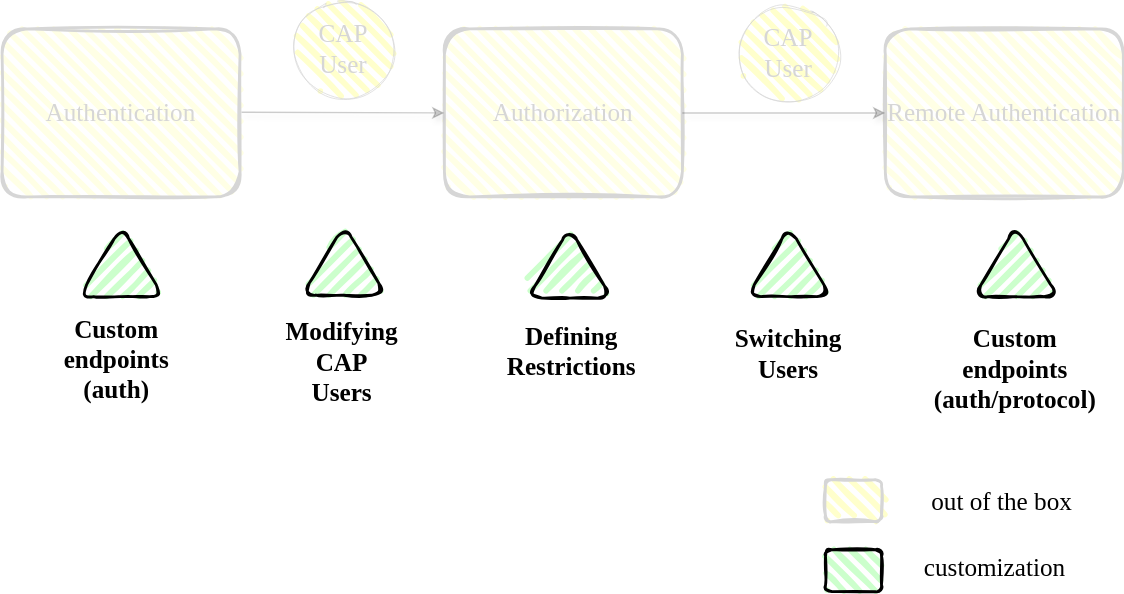
Earlier version of the draw.io export guides/security/assets/security-customizable.drawio.svg (capire/docs). Source tidied: cells renumbered, new cells last; positions are measured from the earlier drawing's top-left corner, leaving out a move shared by most shapes.
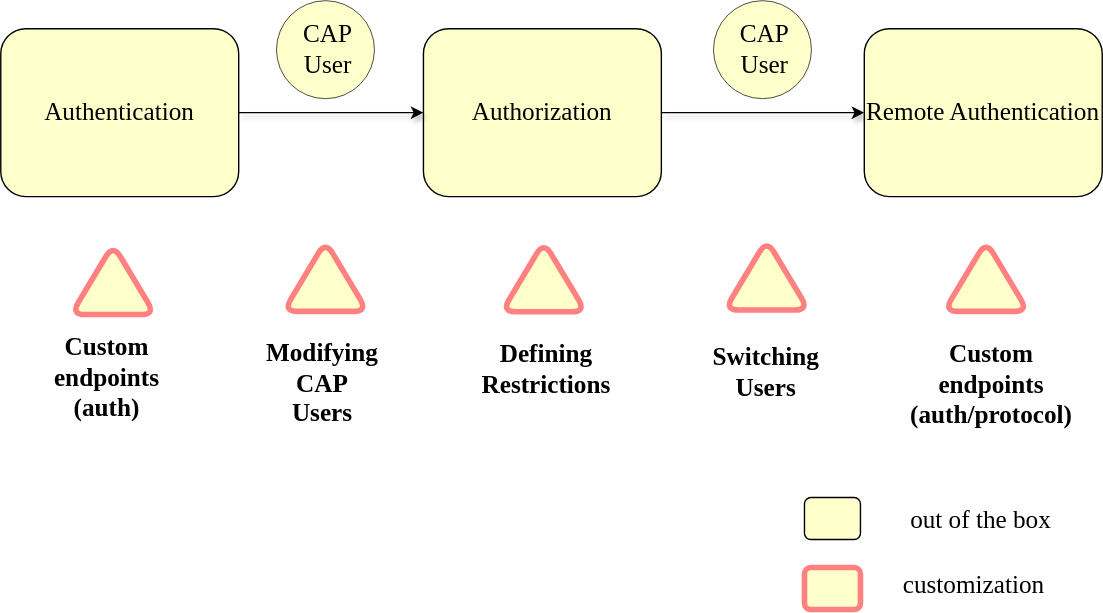
After the commit.

The edit, as a diff of the source:
```diff
@@ -2,48 +2,29 @@
   <root>
     <mxCell id="0" />
     <mxCell id="1" parent="0" />
-    <mxCell id="2" value="&lt;font style=&quot;font-size: 18px;&quot; face=&quot;Comic Sans MS&quot;&gt;CAP User&lt;/font&gt;" style="ellipse;whiteSpace=wrap;html=1;rounded=1;whiteSpace=wrap;html=1;strokeWidth=0.5;fillWeight=4;hachureGap=8;hachureAngle=45;fillColor=#FFFFCC;sketch=1;shadow=0;fontColor=#D6D6D6;strokeColor=#D6D6D6;" parent="1" vertex="1">
-      <mxGeometry x="209.2" width="70" height="70" as="geometry" />
-    </mxCell>
-    <mxCell id="3" value="&lt;font style=&quot;font-size: 18px;&quot; face=&quot;Comic Sans MS&quot;&gt;Authorization&lt;/font&gt;" style="rounded=1;whiteSpace=wrap;html=1;strokeWidth=2;fillWeight=4;hachureGap=8;hachureAngle=45;fillColor=rgba(255,255,204,0.5);sketch=1;strokeColor=#D6D6D6;fontColor=#D6D6D6;" parent="1" vertex="1">
-      <mxGeometry x="316" y="20" width="170" height="120" as="geometry" />
-    </mxCell>
-    <mxCell id="4" style="rounded=1;whiteSpace=wrap;html=1;strokeWidth=2;fillWeight=4;hachureGap=8;hachureAngle=45;fillColor=#CCFFCC;sketch=1;" parent="1" vertex="1">
+    <mxCell id="4" style="rounded=1;whiteSpace=wrap;html=1;strokeWidth=4;fillWeight=4;hachureGap=8;hachureAngle=45;fillColor=#FFFFCC;strokeColor=#FF8080;" parent="1" vertex="1">
       <mxGeometry x="588.2" y="392" width="40" height="30" as="geometry" />
     </mxCell>
-    <mxCell id="5" style="rounded=1;whiteSpace=wrap;html=1;strokeWidth=2;fillWeight=4;hachureGap=8;hachureAngle=45;fillColor=#FFFFCC;sketch=1;strokeColor=#D6D6D6;" parent="1" vertex="1">
+    <mxCell id="5" style="rounded=1;whiteSpace=wrap;html=1;strokeWidth=1;fillWeight=4;hachureGap=8;hachureAngle=45;fillColor=#FFFFCC;" parent="1" vertex="1">
       <mxGeometry x="588.2" y="342" width="40" height="30" as="geometry" />
     </mxCell>
-    <mxCell id="6" value="&lt;font face=&quot;Comic Sans MS&quot;&gt;&lt;span style=&quot;font-size: 18px;&quot;&gt;Remote Authentication&lt;/span&gt;&lt;/font&gt;" style="rounded=1;whiteSpace=wrap;html=1;strokeWidth=2;fillWeight=4;hachureGap=8;hachureAngle=45;fillColor=rgba(255,255,204,0.5);sketch=1;strokeColor=#D6D6D6;fontColor=#D6D6D6;" parent="1" vertex="1">
-      <mxGeometry x="631" y="20" width="170" height="120" as="geometry" />
-    </mxCell>
-    <mxCell id="7" style="edgeStyle=none;jettySize=auto;html=1;shadow=1;entryX=0;entryY=0.5;entryDx=0;entryDy=0;strokeColor=rgba(0,0,0,0.2);" parent="1" edge="1" target="3">
-      <mxGeometry relative="1" as="geometry">
-        <mxPoint x="171" y="79.5" as="sourcePoint" />
-      </mxGeometry>
-    </mxCell>
-    <mxCell id="8" style="edgeStyle=none;jettySize=auto;html=1;shadow=1;exitX=1;exitY=0.5;exitDx=0;exitDy=0;strokeColor=rgba(0,0,0,0.2);" parent="1" edge="1" source="3">
-      <mxGeometry relative="1" as="geometry">
-        <mxPoint x="631" y="80" as="targetPoint" />
-      </mxGeometry>
-    </mxCell>
     <mxCell id="9" value="&lt;font style=&quot;font-size: 18px;&quot; face=&quot;Comic Sans MS&quot;&gt;&lt;b&gt;Custom endpoints (auth/protocol)&lt;/b&gt;&lt;/font&gt;" style="text;html=1;align=center;verticalAlign=middle;whiteSpace=wrap;rounded=0;" parent="1" vertex="1">
-      <mxGeometry x="694.2" y="249" width="60" height="30" as="geometry" />
+      <mxGeometry x="692.2" y="247" width="60" height="30" as="geometry" />
     </mxCell>
     <mxCell id="10" value="&lt;font style=&quot;font-size: 18px;&quot; face=&quot;Comic Sans MS&quot;&gt;&lt;b&gt;Custom endpoints (auth)&lt;/b&gt;&lt;/font&gt;" style="text;html=1;align=center;verticalAlign=middle;whiteSpace=wrap;rounded=0;" parent="1" vertex="1">
-      <mxGeometry x="52.2" y="242" width="60" height="30" as="geometry" />
+      <mxGeometry x="60.2" y="242" width="60" height="30" as="geometry" />
     </mxCell>
     <mxCell id="11" value="&lt;font style=&quot;font-size: 18px;&quot; face=&quot;Comic Sans MS&quot;&gt;&lt;b&gt;Modifying CAP Users&lt;/b&gt;&lt;/font&gt;" style="text;html=1;align=center;verticalAlign=middle;whiteSpace=wrap;rounded=0;" parent="1" vertex="1">
-      <mxGeometry x="213.2" y="244" width="60" height="30" as="geometry" />
+      <mxGeometry x="214.2" y="246" width="60" height="30" as="geometry" />
     </mxCell>
     <mxCell id="12" value="&lt;font style=&quot;font-size: 18px;&quot; face=&quot;Comic Sans MS&quot;&gt;&lt;b&gt;Switching Users&lt;/b&gt;&lt;/font&gt;" style="text;html=1;align=center;verticalAlign=middle;whiteSpace=wrap;rounded=0;" parent="1" vertex="1">
-      <mxGeometry x="532.2" y="238" width="60" height="30" as="geometry" />
+      <mxGeometry x="531.2" y="238" width="60" height="30" as="geometry" />
     </mxCell>
     <mxCell id="13" value="&lt;font style=&quot;font-size: 18px;&quot; face=&quot;Comic Sans MS&quot;&gt;&lt;b&gt;Defining Restrictions&lt;/b&gt;&lt;/font&gt;" style="text;html=1;align=center;verticalAlign=middle;whiteSpace=wrap;rounded=0;" parent="1" vertex="1">
-      <mxGeometry x="376.5" y="236" width="60" height="30" as="geometry" />
+      <mxGeometry x="373.5" y="236" width="60" height="30" as="geometry" />
     </mxCell>
-    <mxCell id="14" style="triangle;whiteSpace=wrap;html=1;rotation=-90;rounded=1;whiteSpace=wrap;html=1;strokeWidth=2;fillWeight=4;hachureGap=8;hachureAngle=45;fillColor=#CCFFCC;sketch=1;" parent="1" vertex="1">
-      <mxGeometry x="60.2" y="156.2" width="50" height="60" as="geometry" />
+    <mxCell id="14" style="triangle;whiteSpace=wrap;html=1;rotation=-90;rounded=1;whiteSpace=wrap;html=1;strokeWidth=4;fillWeight=4;hachureGap=8;hachureAngle=45;fillColor=#FFFFCC;strokeColor=#FF8080;" parent="1" vertex="1">
+      <mxGeometry x="69.2" y="156.2" width="50" height="60" as="geometry" />
     </mxCell>
     <mxCell id="15" value="&lt;font style=&quot;font-size: 18px;&quot; face=&quot;Comic Sans MS&quot;&gt;customization&lt;/font&gt;" style="text;html=1;align=center;verticalAlign=middle;whiteSpace=wrap;rounded=0;" parent="1" vertex="1">
       <mxGeometry x="632" y="390" width="155.2" height="30" as="geometry" />
@@ -51,23 +32,46 @@
     <mxCell id="16" value="&lt;font style=&quot;font-size: 18px;&quot; face=&quot;Comic Sans MS&quot;&gt;out of the box&lt;/font&gt;" style="text;html=1;align=center;verticalAlign=middle;whiteSpace=wrap;rounded=0;" parent="1" vertex="1">
       <mxGeometry x="637.2" y="343" width="155.2" height="30" as="geometry" />
     </mxCell>
-    <mxCell id="17" style="triangle;whiteSpace=wrap;html=1;rotation=-90;rounded=1;whiteSpace=wrap;html=1;strokeWidth=2;fillWeight=4;hachureGap=8;hachureAngle=45;fillColor=#CCFFCC;sketch=1;" parent="1" vertex="1">
-      <mxGeometry x="219.2" y="155.2" width="50" height="60" as="geometry" />
-    </mxCell>
-    <mxCell id="18" style="triangle;whiteSpace=wrap;html=1;rotation=-90;rounded=1;whiteSpace=wrap;html=1;strokeWidth=2;fillWeight=4;hachureGap=8;hachureAngle=45;fillColor=#CCFFCC;sketch=1;" parent="1" vertex="1">
-      <mxGeometry x="380.5" y="157.2" width="50" height="60" as="geometry" />
-    </mxCell>
-    <mxCell id="19" style="triangle;whiteSpace=wrap;html=1;rotation=-90;rounded=1;whiteSpace=wrap;html=1;strokeWidth=2;fillWeight=4;hachureGap=8;hachureAngle=45;fillColor=#CCFFCC;sketch=1;" parent="1" vertex="1">
-      <mxGeometry x="537.2" y="156.2" width="50" height="60" as="geometry" />
-    </mxCell>
-    <mxCell id="20" style="triangle;whiteSpace=wrap;html=1;rotation=-90;rounded=1;whiteSpace=wrap;html=1;strokeWidth=2;fillWeight=4;hachureGap=8;hachureAngle=45;fillColor=#CCFFCC;sketch=1;" parent="1" vertex="1">
-      <mxGeometry x="699.2" y="156.2" width="50" height="60" as="geometry" />
-    </mxCell>
-    <mxCell id="21" value="&lt;font style=&quot;font-size: 18px;&quot; face=&quot;Comic Sans MS&quot;&gt;CAP User&lt;/font&gt;" style="ellipse;whiteSpace=wrap;html=1;rounded=1;whiteSpace=wrap;html=1;strokeWidth=0.5;fillWeight=4;hachureGap=8;hachureAngle=45;fillColor=#FFFFCC;sketch=1;shadow=0;fontColor=#D6D6D6;strokeColor=#D6D6D6;" parent="1" vertex="1">
-      <mxGeometry x="527.2" y="3" width="70" height="70" as="geometry" />
-    </mxCell>
+    <mxCell id="23" style="ellipse;whiteSpace=wrap;html=1;rounded=1;whiteSpace=wrap;html=1;strokeWidth=0.5;fillWeight=4;hachureGap=8;hachureAngle=45;fillColor=#FFFFCC;" parent="1" vertex="1">
+      <mxGeometry x="211" y="-13" width="70" height="70" as="geometry" />
+    </mxCell>
+    <mxCell id="3" value="&lt;font style=&quot;font-size: 18px;&quot; face=&quot;Comic Sans MS&quot;&gt;Authorization&lt;/font&gt;" style="rounded=1;whiteSpace=wrap;html=1;strokeWidth=1;fillWeight=4;hachureGap=8;hachureAngle=45;fillColor=#FFFFCC;" parent="1" vertex="1">
+      <mxGeometry x="316" y="7" width="170" height="120" as="geometry" />
+    </mxCell>
-    <mxCell id="22" value="&lt;font style=&quot;font-size: 18px;&quot; face=&quot;Comic Sans MS&quot;&gt;Authentication&lt;/font&gt;" style="rounded=1;whiteSpace=wrap;html=1;strokeWidth=2;fillWeight=4;hachureGap=8;hachureAngle=45;fillColor=rgba(255,255,204,0.5);sketch=1;strokeColor=#D6D6D6;fontColor=#D6D6D6;" parent="1" vertex="1">
-      <mxGeometry y="20" width="170" height="120" as="geometry" />
+    <mxCell id="22" value="&lt;font style=&quot;font-size: 18px;&quot; face=&quot;Comic Sans MS&quot;&gt;Authentication&lt;/font&gt;" style="rounded=1;whiteSpace=wrap;html=1;strokeWidth=1;fillWeight=4;fillColor=#FFFFCC;" parent="1" vertex="1">
+      <mxGeometry x="14" y="7" width="170" height="120" as="geometry" />
     </mxCell>
+    <mxCell id="6" value="&lt;font face=&quot;Comic Sans MS&quot;&gt;&lt;span style=&quot;font-size: 18px;&quot;&gt;Remote Authentication&lt;/span&gt;&lt;/font&gt;" style="rounded=1;whiteSpace=wrap;html=1;strokeWidth=1;fillWeight=4;hachureGap=8;hachureAngle=45;fillColor=#FFFFCC;" parent="1" vertex="1">
+      <mxGeometry x="631" y="7" width="170" height="120" as="geometry" />
+    </mxCell>
+    <mxCell id="24" style="edgeStyle=none;jettySize=auto;html=1;shadow=1;entryX=0;entryY=0.5;entryDx=0;entryDy=0;exitX=1;exitY=0.5;exitDx=0;exitDy=0;" parent="1" edge="1" source="22" target="3">
+      <mxGeometry relative="1" as="geometry" />
+    </mxCell>
+    <mxCell id="25" style="edgeStyle=none;jettySize=auto;html=1;shadow=1;exitX=1;exitY=0.5;exitDx=0;exitDy=0;" parent="1" edge="1" source="3">
+      <mxGeometry relative="1" as="geometry">
+        <mxPoint x="631" y="67" as="targetPoint" />
+      </mxGeometry>
+    </mxCell>
+    <mxCell id="26" value="&lt;font style=&quot;font-size: 18px;&quot; face=&quot;Comic Sans MS&quot;&gt;CAP User&lt;/font&gt;" style="text;html=1;align=center;verticalAlign=middle;whiteSpace=wrap;rounded=0;" parent="1" vertex="1">
+      <mxGeometry x="218" y="7" width="60" height="30" as="geometry" />
+    </mxCell>
+    <mxCell id="27" style="ellipse;whiteSpace=wrap;html=1;rounded=1;whiteSpace=wrap;html=1;strokeWidth=0.5;fillWeight=4;hachureGap=8;hachureAngle=45;fillColor=#FFFFCC;" parent="1" vertex="1">
+      <mxGeometry x="523.2" y="-13" width="70" height="70" as="geometry" />
+    </mxCell>
+    <mxCell id="28" value="&lt;font style=&quot;font-size: 18px;&quot; face=&quot;Comic Sans MS&quot;&gt;CAP User&lt;/font&gt;" style="text;html=1;align=center;verticalAlign=middle;whiteSpace=wrap;rounded=0;" parent="1" vertex="1">
+      <mxGeometry x="530.2" y="7" width="60" height="30" as="geometry" />
+    </mxCell>
+    <mxCell id="29" style="triangle;whiteSpace=wrap;html=1;rotation=-90;rounded=1;whiteSpace=wrap;html=1;strokeWidth=4;fillWeight=4;hachureGap=8;hachureAngle=45;fillColor=#FFFFCC;strokeColor=#FF8080;" parent="1" vertex="1">
+      <mxGeometry x="221" y="154" width="50" height="60" as="geometry" />
+    </mxCell>
+    <mxCell id="30" style="triangle;whiteSpace=wrap;html=1;rotation=-90;rounded=1;whiteSpace=wrap;html=1;strokeWidth=4;fillWeight=4;hachureGap=8;hachureAngle=45;fillColor=#FFFFCC;strokeColor=#FF8080;" parent="1" vertex="1">
+      <mxGeometry x="377" y="154.2" width="50" height="60" as="geometry" />
+    </mxCell>
+    <mxCell id="31" style="triangle;whiteSpace=wrap;html=1;rotation=-90;rounded=1;whiteSpace=wrap;html=1;strokeWidth=4;fillWeight=4;hachureGap=8;hachureAngle=45;fillColor=#FFFFCC;strokeColor=#FF8080;" parent="1" vertex="1">
+      <mxGeometry x="536.2" y="153" width="50" height="60" as="geometry" />
+    </mxCell>
+    <mxCell id="32" style="triangle;whiteSpace=wrap;html=1;rotation=-90;rounded=1;whiteSpace=wrap;html=1;strokeWidth=4;fillWeight=4;hachureGap=8;hachureAngle=45;fillColor=#FFFFCC;strokeColor=#FF8080;" parent="1" vertex="1">
+      <mxGeometry x="693" y="154" width="50" height="60" as="geometry" />
+    </mxCell>
   </root>
 </mxGraphModel>
```
